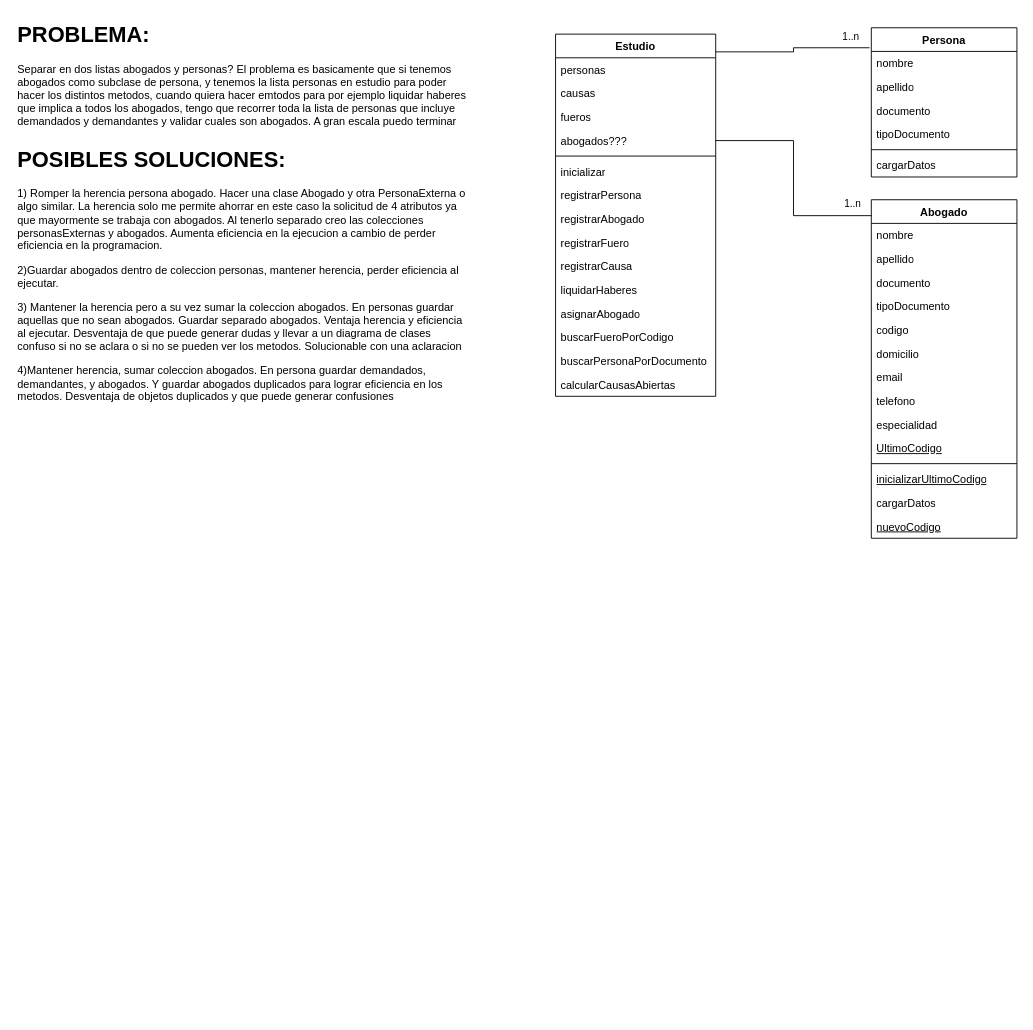
Earlier version of the draw.io diagram page "Dudas" (2 of 2) of diagrama.drawio (Valentin-Leone-Arriola/Paradigmas-2026-2k06-G03). Source tidied: cells renumbered, new cells numbered last; positions are measured from the earlier drawing's top-left corner, leaving out a move shared by most shapes. Both pictures are drawn from the tidied source at 91%, with x=0, y=0 at pixel (15, 15).
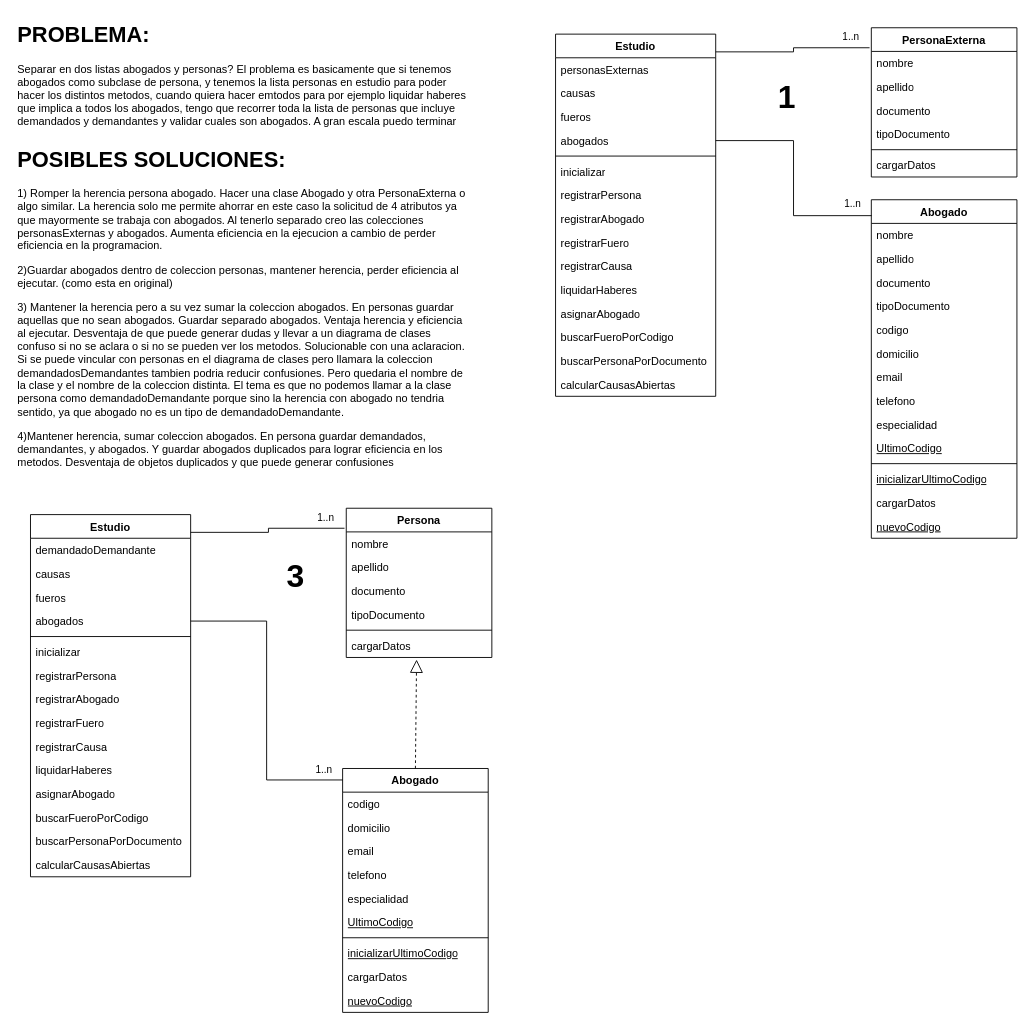
The same diagram, later.

Commit message (it also covers changes not shown here):
dudas diagrama

The change refers to these unchanged cells:
```xml
<mxCell id="17" value="Estudio" style="swimlane;fontStyle=1;align=center;verticalAlign=top;horizontal=1;startSize=26;whiteSpace=wrap;html=1;" parent="1" vertex="1">
  <mxGeometry x="593" y="20" width="176" height="398" as="geometry" />
</mxCell>
```

Diff of the diagram source:
```diff
@@
-    <mxCell id="18" value="personas" style="text;strokeColor=none;fillColor=none;align=left;verticalAlign=top;spacingLeft=4;spacingRight=4;overflow=hidden;whiteSpace=wrap;html=1;" parent="17" vertex="1">
+    <mxCell id="18" value="personasExternas" style="text;strokeColor=none;fillColor=none;align=left;verticalAlign=top;spacingLeft=4;spacingRight=4;overflow=hidden;whiteSpace=wrap;html=1;" parent="17" vertex="1">
       <mxGeometry y="26" width="176" height="26" as="geometry" />
     </mxCell>
@@
-    <mxCell id="21" value="abogados???" style="text;strokeColor=none;fillColor=none;align=left;verticalAlign=top;spacingLeft=4;spacingRight=4;overflow=hidden;points=[[0,0.5],[1,0.5]];portConstraint=eastwest;whiteSpace=wrap;html=1;" parent="17" vertex="1">
+    <mxCell id="21" value="abogados" style="text;strokeColor=none;fillColor=none;align=left;verticalAlign=top;spacingLeft=4;spacingRight=4;overflow=hidden;points=[[0,0.5],[1,0.5]];portConstraint=eastwest;whiteSpace=wrap;html=1;" parent="17" vertex="1">
       <mxGeometry y="104" width="176" height="26" as="geometry" />
     </mxCell>
@@
-    <mxCell id="35" value="Persona" style="swimlane;fontStyle=1;align=center;verticalAlign=top;horizontal=1;startSize=26;whiteSpace=wrap;html=1;" parent="1" vertex="1">
+    <mxCell id="35" value="PersonaExterna" style="swimlane;fontStyle=1;align=center;verticalAlign=top;horizontal=1;startSize=26;whiteSpace=wrap;html=1;" parent="1" vertex="1">
       <mxGeometry x="940" y="13" width="160" height="164" as="geometry" />
     </mxCell>
@@
-    <mxCell id="43" value="&lt;h1 style=&quot;margin-top: 0px;&quot;&gt;POSIBLES SOLUCIONES:&lt;/h1&gt;&lt;p&gt;1) Romper la herencia persona abogado. Hacer una clase Abogado y otra PersonaExterna o algo similar. La herencia solo me permite ahorrar en este caso la solicitud de 4 atributos ya que mayormente se trabaja con abogados. Al tenerlo separado creo las colecciones personasExternas y abogados. Aumenta eficiencia en la ejecucion a cambio de perder eficiencia en la programacion.&lt;/p&gt;&lt;p&gt;2)Guardar abogados dentro de coleccion personas, mantener herencia, perder eficiencia al ejecutar.&amp;nbsp;&lt;/p&gt;&lt;p&gt;3) Mantener la herencia pero a su vez sumar la coleccion abogados. En personas guardar aquellas que no sean abogados. Guardar separado abogados. Ventaja herencia y eficiencia al ejecutar. Desventaja de que puede generar dudas y llevar a un diagrama de clases confuso si no se aclara o si no se pueden ver los metodos. Solucionable con una aclaracion&lt;/p&gt;&lt;p&gt;4)Mantener herencia, sumar coleccion abogados. En persona guardar demandados, demandantes, y abogados. Y guardar abogados duplicados para lograr eficiencia en los metodos. Desventaja de objetos duplicados y que puede generar confusiones&lt;/p&gt;" style="text;html=1;whiteSpace=wrap;overflow=hidden;rounded=0;" parent="1" vertex="1">
+    <mxCell id="43" value="&lt;h1 style=&quot;margin-top: 0px;&quot;&gt;POSIBLES SOLUCIONES:&lt;/h1&gt;&lt;p&gt;1) Romper la herencia persona abogado. Hacer una clase Abogado y otra PersonaExterna o algo similar. La herencia solo me permite ahorrar en este caso la solicitud de 4 atributos ya que mayormente se trabaja con abogados. Al tenerlo separado creo las colecciones personasExternas y abogados. Aumenta eficiencia en la ejecucion a cambio de perder eficiencia en la programacion.&lt;/p&gt;&lt;p&gt;2)Guardar abogados dentro de coleccion personas, mantener herencia, perder eficiencia al ejecutar. (como esta en original)&lt;/p&gt;&lt;p&gt;3) Mantener la herencia pero a su vez sumar la coleccion abogados. En personas guardar aquellas que no sean abogados. Guardar separado abogados. Ventaja herencia y eficiencia al ejecutar. Desventaja de que puede generar dudas y llevar a un diagrama de clases confuso si no se aclara o si no se pueden ver los metodos. Solucionable con una aclaracion. Si se puede vincular con personas en el diagrama de clases pero llamara la coleccion demandadosDemandantes tambien podria reducir confusiones. Pero quedaria el nombre de la clase y el nombre de la coleccion distinta. El tema es que no podemos llamar a la clase persona como demandadoDemandante porque sino la herencia con abogado no tendria sentido, ya que abogado no es un tipo de demandadoDemandante.&amp;nbsp;&lt;/p&gt;&lt;p&gt;4)Mantener herencia, sumar coleccion abogados. En persona guardar demandados, demandantes, y abogados. Y guardar abogados duplicados para lograr eficiencia en los metodos. Desventaja de objetos duplicados y que puede generar confusiones&lt;/p&gt;" style="text;html=1;whiteSpace=wrap;overflow=hidden;rounded=0;" parent="1" vertex="1">
       <mxGeometry y="137" width="496" height="491" as="geometry" />
     </mxCell>
@@
+    <mxCell id="47" value="1" style="text;html=1;whiteSpace=wrap;strokeColor=none;fillColor=none;align=center;verticalAlign=middle;rounded=0;fontStyle=1;fontSize=35;" parent="1" vertex="1">
+      <mxGeometry x="818" y="58" width="59" height="62" as="geometry" />
+    </mxCell>
+    <mxCell id="48" value="Abogado" style="swimlane;fontStyle=1;align=center;verticalAlign=top;horizontal=1;startSize=26;whiteSpace=wrap;html=1;" parent="1" vertex="1">
+      <mxGeometry x="359" y="827" width="160" height="268" as="geometry" />
+    </mxCell>
+    <mxCell id="49" value="codigo" style="text;strokeColor=none;fillColor=none;align=left;verticalAlign=top;spacingLeft=4;spacingRight=4;overflow=hidden;whiteSpace=wrap;html=1;" parent="48" vertex="1">
+      <mxGeometry y="26" width="160" height="26" as="geometry" />
+    </mxCell>
+    <mxCell id="50" value="domicilio" style="text;strokeColor=none;fillColor=none;align=left;verticalAlign=top;spacingLeft=4;spacingRight=4;overflow=hidden;whiteSpace=wrap;html=1;" parent="48" vertex="1">
+      <mxGeometry y="52" width="160" height="26" as="geometry" />
+    </mxCell>
+    <mxCell id="51" value="email" style="text;strokeColor=none;fillColor=none;align=left;verticalAlign=top;spacingLeft=4;spacingRight=4;overflow=hidden;whiteSpace=wrap;html=1;" parent="48" vertex="1">
+      <mxGeometry y="78" width="160" height="26" as="geometry" />
+    </mxCell>
+    <mxCell id="52" value="telefono" style="text;strokeColor=none;fillColor=none;align=left;verticalAlign=top;spacingLeft=4;spacingRight=4;overflow=hidden;whiteSpace=wrap;html=1;" parent="48" vertex="1">
+      <mxGeometry y="104" width="160" height="26" as="geometry" />
+    </mxCell>
+    <mxCell id="53" value="especialidad" style="text;strokeColor=none;fillColor=none;align=left;verticalAlign=top;spacingLeft=4;spacingRight=4;overflow=hidden;whiteSpace=wrap;html=1;" parent="48" vertex="1">
+      <mxGeometry y="130" width="160" height="26" as="geometry" />
+    </mxCell>
+    <mxCell id="54" value="&lt;u&gt;UltimoCodigo&lt;/u&gt;" style="text;strokeColor=none;fillColor=none;align=left;verticalAlign=top;spacingLeft=4;spacingRight=4;overflow=hidden;whiteSpace=wrap;html=1;" parent="48" vertex="1">
+      <mxGeometry y="156" width="160" height="26" as="geometry" />
+    </mxCell>
+    <mxCell id="55" style="line;strokeWidth=1;fillColor=none;align=left;verticalAlign=middle;spacingTop=-1;spacingLeft=3;spacingRight=3;labelPosition=right;strokeColor=inherit;" parent="48" vertex="1">
+      <mxGeometry y="182" width="160" height="8" as="geometry" />
+    </mxCell>
+    <mxCell id="56" value="&lt;u&gt;inicializarUltimoCodigo&lt;/u&gt;" style="text;strokeColor=none;fillColor=none;align=left;verticalAlign=top;spacingLeft=4;spacingRight=4;overflow=hidden;whiteSpace=wrap;html=1;" parent="48" vertex="1">
+      <mxGeometry y="190" width="160" height="26" as="geometry" />
+    </mxCell>
+    <mxCell id="57" value="&lt;div&gt;cargarDatos&lt;/div&gt;" style="text;strokeColor=none;fillColor=none;align=left;verticalAlign=top;spacingLeft=4;spacingRight=4;overflow=hidden;whiteSpace=wrap;html=1;" parent="48" vertex="1">
+      <mxGeometry y="216" width="160" height="26" as="geometry" />
+    </mxCell>
+    <mxCell id="58" value="&lt;div&gt;&lt;u&gt;nuevoCodigo&lt;/u&gt;&lt;/div&gt;" style="text;strokeColor=none;fillColor=none;align=left;verticalAlign=top;spacingLeft=4;spacingRight=4;overflow=hidden;whiteSpace=wrap;html=1;" parent="48" vertex="1">
+      <mxGeometry y="242" width="160" height="26" as="geometry" />
+    </mxCell>
+    <mxCell id="59" value="Estudio" style="swimlane;fontStyle=1;align=center;verticalAlign=top;horizontal=1;startSize=26;whiteSpace=wrap;html=1;" parent="1" vertex="1">
+      <mxGeometry x="16" y="548" width="176" height="398" as="geometry" />
+    </mxCell>
+    <mxCell id="60" value="demandadoDemandante" style="text;strokeColor=none;fillColor=none;align=left;verticalAlign=top;spacingLeft=4;spacingRight=4;overflow=hidden;whiteSpace=wrap;html=1;" parent="59" vertex="1">
+      <mxGeometry y="26" width="176" height="26" as="geometry" />
+    </mxCell>
+    <mxCell id="61" value="causas" style="text;strokeColor=none;fillColor=none;align=left;verticalAlign=top;spacingLeft=4;spacingRight=4;overflow=hidden;whiteSpace=wrap;html=1;" parent="59" vertex="1">
+      <mxGeometry y="52" width="176" height="26" as="geometry" />
+    </mxCell>
+    <mxCell id="62" value="fueros" style="text;strokeColor=none;fillColor=none;align=left;verticalAlign=top;spacingLeft=4;spacingRight=4;overflow=hidden;whiteSpace=wrap;html=1;" parent="59" vertex="1">
+      <mxGeometry y="78" width="176" height="26" as="geometry" />
+    </mxCell>
+    <mxCell id="63" value="abogados" style="text;strokeColor=none;fillColor=none;align=left;verticalAlign=top;spacingLeft=4;spacingRight=4;overflow=hidden;points=[[0,0.5],[1,0.5]];portConstraint=eastwest;whiteSpace=wrap;html=1;" parent="59" vertex="1">
+      <mxGeometry y="104" width="176" height="26" as="geometry" />
+    </mxCell>
+    <mxCell id="64" style="line;strokeWidth=1;fillColor=none;align=left;verticalAlign=middle;spacingTop=-1;spacingLeft=3;spacingRight=3;labelPosition=right;strokeColor=inherit;" parent="59" vertex="1">
+      <mxGeometry y="130" width="176" height="8" as="geometry" />
+    </mxCell>
+    <mxCell id="65" value="inicializar" style="text;strokeColor=none;fillColor=none;align=left;verticalAlign=top;spacingLeft=4;spacingRight=4;overflow=hidden;whiteSpace=wrap;html=1;" parent="59" vertex="1">
+      <mxGeometry y="138" width="176" height="26" as="geometry" />
+    </mxCell>
+    <mxCell id="66" value="registrarPersona" style="text;strokeColor=none;fillColor=none;align=left;verticalAlign=top;spacingLeft=4;spacingRight=4;overflow=hidden;whiteSpace=wrap;html=1;" parent="59" vertex="1">
+      <mxGeometry y="164" width="176" height="26" as="geometry" />
+    </mxCell>
+    <mxCell id="67" value="registrarAbogado" style="text;strokeColor=none;fillColor=none;align=left;verticalAlign=top;spacingLeft=4;spacingRight=4;overflow=hidden;whiteSpace=wrap;html=1;" parent="59" vertex="1">
+      <mxGeometry y="190" width="176" height="26" as="geometry" />
+    </mxCell>
+    <mxCell id="68" value="registrarFuero" style="text;strokeColor=none;fillColor=none;align=left;verticalAlign=top;spacingLeft=4;spacingRight=4;overflow=hidden;whiteSpace=wrap;html=1;" parent="59" vertex="1">
+      <mxGeometry y="216" width="176" height="26" as="geometry" />
+    </mxCell>
+    <mxCell id="69" value="registrarCausa" style="text;strokeColor=none;fillColor=light-dark(transparent,#6666FF);align=left;verticalAlign=top;spacingLeft=4;spacingRight=4;overflow=hidden;whiteSpace=wrap;html=1;" parent="59" vertex="1">
+      <mxGeometry y="242" width="176" height="26" as="geometry" />
+    </mxCell>
+    <mxCell id="70" value="liquidarHaberes" style="text;strokeColor=none;fillColor=light-dark(transparent,#6666FF);align=left;verticalAlign=top;spacingLeft=4;spacingRight=4;overflow=hidden;whiteSpace=wrap;html=1;" parent="59" vertex="1">
+      <mxGeometry y="268" width="176" height="26" as="geometry" />
+    </mxCell>
+    <mxCell id="71" value="asignarAbogado" style="text;strokeColor=none;fillColor=light-dark(transparent,#6666FF);align=left;verticalAlign=top;spacingLeft=4;spacingRight=4;overflow=hidden;whiteSpace=wrap;html=1;" parent="59" vertex="1">
+      <mxGeometry y="294" width="176" height="26" as="geometry" />
+    </mxCell>
+    <mxCell id="72" value="buscarFueroPorCodigo" style="text;strokeColor=none;fillColor=none;align=left;verticalAlign=top;spacingLeft=4;spacingRight=4;overflow=hidden;whiteSpace=wrap;html=1;" parent="59" vertex="1">
+      <mxGeometry y="320" width="176" height="26" as="geometry" />
+    </mxCell>
+    <mxCell id="73" value="buscarPersonaPorDocumento" style="text;strokeColor=none;fillColor=none;align=left;verticalAlign=top;spacingLeft=4;spacingRight=4;overflow=hidden;whiteSpace=wrap;html=1;" parent="59" vertex="1">
+      <mxGeometry y="346" width="176" height="26" as="geometry" />
+    </mxCell>
+    <mxCell id="74" value="&lt;div&gt;calcularCausasAbiertas&lt;/div&gt;" style="text;strokeColor=none;fillColor=light-dark(transparent,#6666FF);align=left;verticalAlign=top;spacingLeft=4;spacingRight=4;overflow=hidden;whiteSpace=wrap;html=1;" parent="59" vertex="1">
+      <mxGeometry y="372" width="176" height="26" as="geometry" />
+    </mxCell>
+    <mxCell id="75" style="endArrow=none;html=1;edgeStyle=orthogonalEdgeStyle;rounded=0;exitX=1;exitY=0.049;exitDx=0;exitDy=0;exitPerimeter=0;entryX=-0.012;entryY=0.134;entryDx=0;entryDy=0;entryPerimeter=0;" parent="1" edge="1" source="59" target="77">
+      <mxGeometry relative="1" as="geometry" />
+    </mxCell>
+    <mxCell id="76" value="1..n" style="edgeLabel;html=1;align=right;verticalAlign=bottom;" parent="75" vertex="1">
+      <mxGeometry x="1" relative="1" as="geometry">
+        <mxPoint x="-11" y="-4" as="offset" />
+      </mxGeometry>
+    </mxCell>
+    <mxCell id="77" value="Persona" style="swimlane;fontStyle=1;align=center;verticalAlign=top;horizontal=1;startSize=26;whiteSpace=wrap;html=1;" parent="1" vertex="1">
+      <mxGeometry x="363" y="541" width="160" height="164" as="geometry" />
+    </mxCell>
+    <mxCell id="78" value="nombre" style="text;strokeColor=none;fillColor=none;align=left;verticalAlign=top;spacingLeft=4;spacingRight=4;overflow=hidden;whiteSpace=wrap;html=1;" parent="77" vertex="1">
+      <mxGeometry y="26" width="160" height="26" as="geometry" />
+    </mxCell>
+    <mxCell id="79" value="apellido" style="text;strokeColor=none;fillColor=none;align=left;verticalAlign=top;spacingLeft=4;spacingRight=4;overflow=hidden;whiteSpace=wrap;html=1;" parent="77" vertex="1">
+      <mxGeometry y="52" width="160" height="26" as="geometry" />
+    </mxCell>
+    <mxCell id="80" value="documento" style="text;strokeColor=none;fillColor=none;align=left;verticalAlign=top;spacingLeft=4;spacingRight=4;overflow=hidden;whiteSpace=wrap;html=1;" parent="77" vertex="1">
+      <mxGeometry y="78" width="160" height="26" as="geometry" />
+    </mxCell>
+    <mxCell id="81" value="tipoDocumento" style="text;strokeColor=none;fillColor=none;align=left;verticalAlign=top;spacingLeft=4;spacingRight=4;overflow=hidden;whiteSpace=wrap;html=1;" parent="77" vertex="1">
+      <mxGeometry y="104" width="160" height="26" as="geometry" />
+    </mxCell>
+    <mxCell id="82" style="line;strokeWidth=1;fillColor=none;align=left;verticalAlign=middle;spacingTop=-1;spacingLeft=3;spacingRight=3;labelPosition=right;strokeColor=inherit;" parent="77" vertex="1">
+      <mxGeometry y="130" width="160" height="8" as="geometry" />
+    </mxCell>
+    <mxCell id="83" value="cargarDatos" style="text;strokeColor=none;fillColor=none;align=left;verticalAlign=top;spacingLeft=4;spacingRight=4;overflow=hidden;points=[[0,0.5],[1,0.5]];portConstraint=eastwest;whiteSpace=wrap;html=1;" parent="77" vertex="1">
+      <mxGeometry y="138" width="160" height="26" as="geometry" />
+    </mxCell>
+    <mxCell id="84" style="endArrow=none;html=1;edgeStyle=orthogonalEdgeStyle;rounded=0;exitX=1;exitY=0.5;exitDx=0;exitDy=0;entryX=0.002;entryY=0.047;entryDx=0;entryDy=0;entryPerimeter=0;" parent="1" edge="1" source="63" target="48">
+      <mxGeometry relative="1" as="geometry" />
+    </mxCell>
+    <mxCell id="85" value="1..n" style="edgeLabel;html=1;align=right;verticalAlign=bottom;" parent="84" vertex="1">
+      <mxGeometry x="1" relative="1" as="geometry">
+        <mxPoint x="-11" y="-4" as="offset" />
+      </mxGeometry>
+    </mxCell>
+    <mxCell id="86" style="endArrow=block;dashed=1;endFill=0;endSize=12;html=1;rounded=0;entryX=0.483;entryY=1.09;entryDx=0;entryDy=0;exitX=0.5;exitY=0;exitDx=0;exitDy=0;entryPerimeter=0;" parent="1" edge="1" source="48" target="83">
+      <mxGeometry relative="1" as="geometry" />
+    </mxCell>
+    <mxCell id="87" value="3" style="text;html=1;whiteSpace=wrap;strokeColor=none;fillColor=none;align=center;verticalAlign=middle;rounded=0;fontStyle=1;fontSize=35;" parent="1" vertex="1">
+      <mxGeometry x="278" y="584" width="59" height="62" as="geometry" />
+    </mxCell>
```
